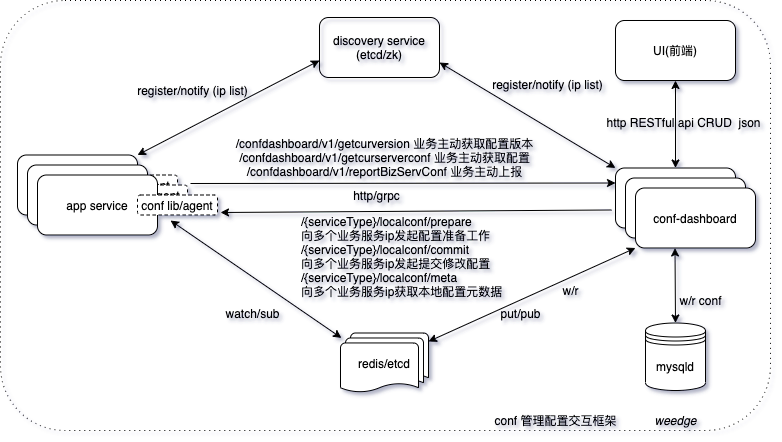
Earlier version of the draw.io export config-arch.drawio.png (weedge/mypic). Source tidied: cells renumbered, new cells last; positions are measured from the earlier drawing's top-left corner, leaving out a move shared by most shapes.
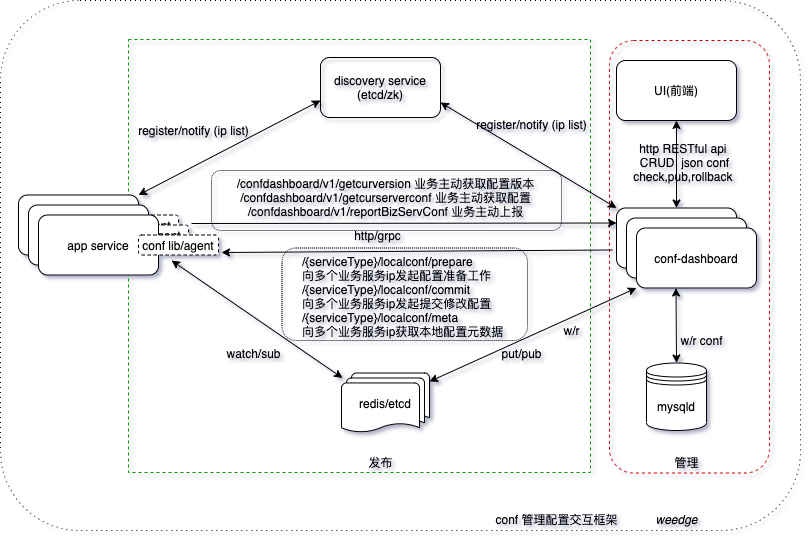
Later version of the same file.

Change to the diagram source:
```diff
@@ -3,8 +3,17 @@
     <mxCell id="0" />
     <mxCell id="1" parent="0" />
     <mxCell id="2" style="rounded=1;whiteSpace=wrap;html=1;strokeWidth=1;dashed=1;dashPattern=1 4;shadow=0;fillColor=none;" parent="1" vertex="1">
-      <mxGeometry width="770" height="430" as="geometry" />
+      <mxGeometry x="-1" y="-40" width="800" height="530" as="geometry" />
     </mxCell>
+    <mxCell id="36" style="whiteSpace=wrap;html=1;dashed=1;fontFamily=Helvetica;strokeColor=#009900;fillColor=none;" parent="1" vertex="1">
+      <mxGeometry x="127" y="-1" width="462" height="433" as="geometry" />
+    </mxCell>
+    <mxCell id="37" style="rounded=1;whiteSpace=wrap;html=1;dashed=1;fontFamily=Helvetica;fillColor=none;strokeColor=#CC0000;" parent="1" vertex="1">
+      <mxGeometry x="608" width="160" height="432.5" as="geometry" />
+    </mxCell>
+    <mxCell id="38" style="rounded=1;whiteSpace=wrap;html=1;fontFamily=Helvetica;dashed=1;dashPattern=1 1;fillColor=none;" parent="1" vertex="1">
+      <mxGeometry x="210" y="130" width="350" height="60" as="geometry" />
+    </mxCell>
     <mxCell id="3" value="conf-dashboard" style="rounded=1;whiteSpace=wrap;html=1;" parent="1" vertex="1">
       <mxGeometry x="615" y="167.5" width="120" height="60" as="geometry" />
     </mxCell>
@@ -46,8 +55,8 @@
     <mxCell id="15" style="endArrow=classic;startArrow=classic;html=1;rounded=0;entryX=0.5;entryY=0;entryDx=0;entryDy=0;exitX=0.5;exitY=1;exitDx=0;exitDy=0;" parent="1" edge="1" source="4" target="3">
       <mxGeometry relative="1" as="geometry" />
     </mxCell>
-    <mxCell id="16" value="http RESTful api CRUD&amp;nbsp; json" style="text;html=1;align=center;verticalAlign=middle;strokeColor=none;fillColor=none;" parent="1" vertex="1">
-      <mxGeometry x="598" y="112" width="170" height="20" as="geometry" />
+    <mxCell id="16" value="http RESTful api &lt;br&gt;CRUD&amp;nbsp; json conf&lt;br&gt;check,pub,rollback&amp;nbsp;" style="text;html=1;align=center;verticalAlign=middle;strokeColor=none;fillColor=none;" parent="1" vertex="1">
+      <mxGeometry x="623" y="97" width="120" height="50" as="geometry" />
     </mxCell>
     <mxCell id="17" style="endArrow=classic;startArrow=classic;html=1;rounded=0;exitX=0.5;exitY=1;exitDx=0;exitDy=0;entryX=0.5;entryY=0;entryDx=0;entryDy=0;entryPerimeter=0;" parent="1" edge="1">
       <mxGeometry relative="1" as="geometry">
@@ -96,10 +105,10 @@
       <mxGeometry x="555" y="280" width="30" height="20" as="geometry" />
     </mxCell>
     <mxCell id="29" value="conf 管理配置交互框架" style="text;html=1;align=center;verticalAlign=middle;strokeColor=none;fillColor=none;" parent="1" vertex="1">
-      <mxGeometry x="485" y="410" width="140" height="20" as="geometry" />
+      <mxGeometry x="485" y="469" width="140" height="20" as="geometry" />
     </mxCell>
     <mxCell id="30" value="weedge" style="text;html=1;align=center;verticalAlign=middle;strokeColor=none;fillColor=none;fontStyle=2;" parent="1" vertex="1">
-      <mxGeometry x="645" y="410" width="60" height="20" as="geometry" />
+      <mxGeometry x="645" y="469" width="60" height="20" as="geometry" />
     </mxCell>
     <mxCell id="31" value="discovery service&lt;br&gt;(etcd/zk)" style="rounded=1;whiteSpace=wrap;html=1;shadow=0;labelBackgroundColor=none;fontColor=none;strokeWidth=1;fillColor=none;" parent="1" vertex="1">
       <mxGeometry x="319" y="17" width="120" height="60" as="geometry" />
@@ -116,7 +125,16 @@
       <mxGeometry x="127" y="80" width="130" height="20" as="geometry" />
     </mxCell>
     <mxCell id="35" value="register/notify (ip list)" style="text;html=1;align=center;verticalAlign=middle;strokeColor=none;fillColor=none;fontColor=none;" parent="1" vertex="1">
-      <mxGeometry x="482" y="74" width="130" height="20" as="geometry" />
+      <mxGeometry x="465" y="74" width="130" height="20" as="geometry" />
     </mxCell>
+    <mxCell id="39" style="rounded=1;whiteSpace=wrap;html=1;fontFamily=Helvetica;dashed=1;dashPattern=1 1;fillColor=none;" parent="1" vertex="1">
+      <mxGeometry x="280.5" y="207.5" width="245.5" height="92.5" as="geometry" />
+    </mxCell>
+    <mxCell id="40" value="管理" style="text;html=1;align=center;verticalAlign=middle;strokeColor=none;fillColor=none;" parent="1" vertex="1">
+      <mxGeometry x="665" y="412" width="40" height="20" as="geometry" />
+    </mxCell>
+    <mxCell id="41" value="发布" style="text;html=1;align=center;verticalAlign=middle;strokeColor=none;fillColor=none;" parent="1" vertex="1">
+      <mxGeometry x="359" y="412" width="40" height="20" as="geometry" />
+    </mxCell>
   </root>
 </mxGraphModel>
```
